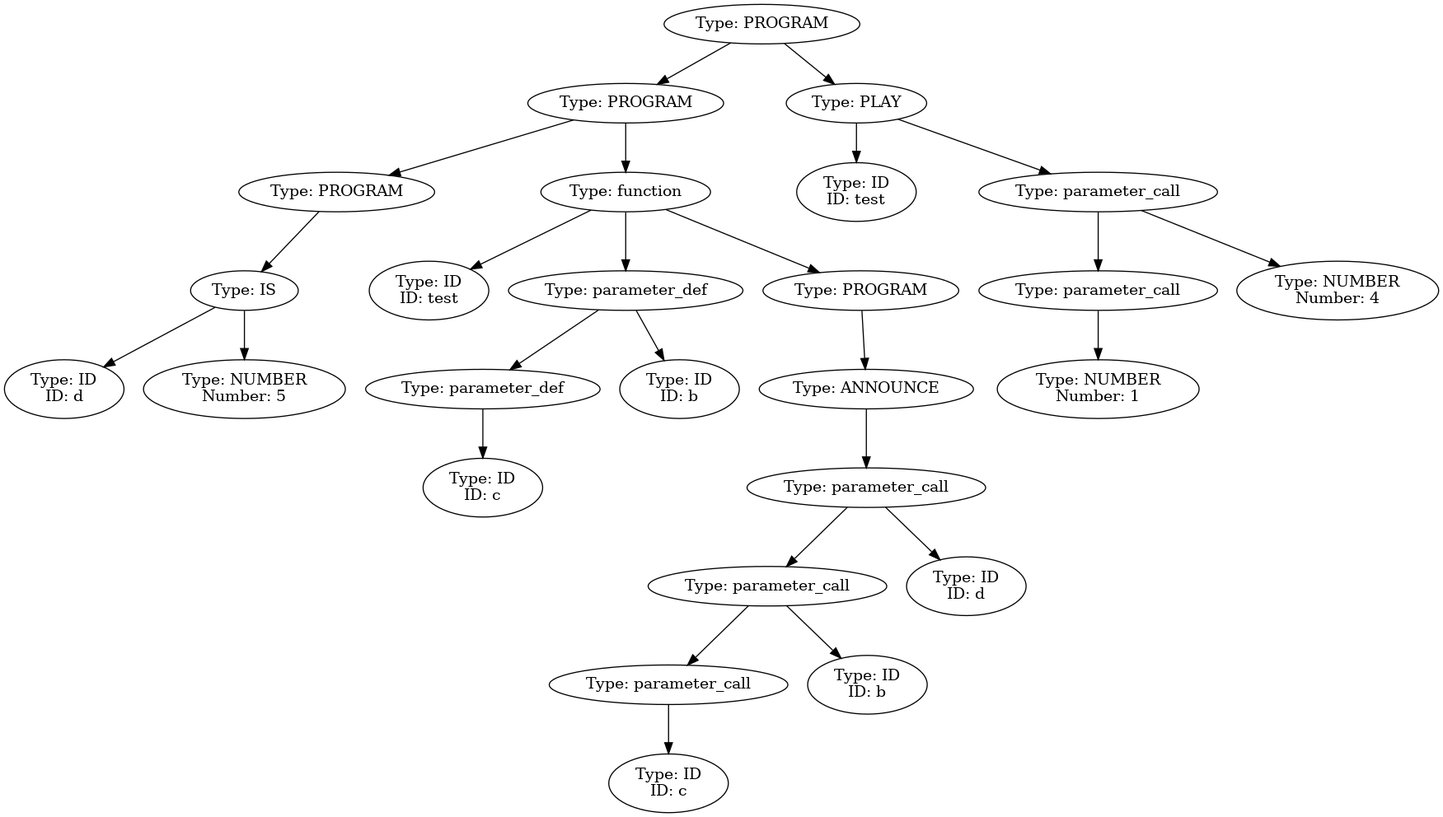
This is ast.png from LCoroniti/SportS, a Graphviz export, as it was before one commit. Its source is kept beside it as ast.gv. The source it was exported from:
```dot
digraph ast {
"0x7fffb8622ff0" [label="Type: PROGRAM"];
"0x7fffb8622ff0" -> "0x7fffb8622f10";
"0x7fffb8622f10" [label="Type: PROGRAM"];
"0x7fffb8622f10" -> "0x7fffb8622770";
"0x7fffb8622770" [label="Type: PROGRAM"];
"0x7fffb8622770" -> "0x7fffb8622670";
"0x7fffb8622670" [label="Type: PROGRAM"];
"0x7fffb8622670" -> "0x7fffb8622610";
"0x7fffb8622610" [label="Type: ID\nID: ALLSTAR"];
"0x7fffb8622770" -> "0x7fffb8622730";
"0x7fffb8622730" [label="Type: IS"];
"0x7fffb8622730" -> "0x7fffb86226b0";
"0x7fffb86226b0" [label="Type: ID\nID: d"];
"0x7fffb8622730" -> "0x7fffb86226f0";
"0x7fffb86226f0" [label="Type: NUMBER\nNumber: 10"];
"0x7fffb8622f10" -> "0x7fffb8622ed0";
"0x7fffb8622ed0" [label="Type: function"];
"0x7fffb8622ed0" -> "0x7fffb86227d0";
"0x7fffb86227d0" [label="Type: ID\nID: test"];
"0x7fffb8622ed0" -> "0x7fffb8622e90";
"0x7fffb8622e90" [label="Type: PROGRAM"];
"0x7fffb8622e90" -> "0x7fffb8622d70";
"0x7fffb8622d70" [label="Type: PROGRAM"];
"0x7fffb8622d70" -> "0x7fffb8622c50";
"0x7fffb8622c50" [label="Type: PROGRAM"];
"0x7fffb8622c50" -> "0x7fffb8622a10";
"0x7fffb8622a10" [label="Type: PROGRAM"];
"0x7fffb8622a10" -> "0x7fffb8622910";
"0x7fffb8622910" [label="Type: PROGRAM"];
"0x7fffb8622910" -> "0x7fffb86228d0";
"0x7fffb86228d0" [label="Type: IS"];
"0x7fffb86228d0" -> "0x7fffb8622830";
"0x7fffb8622830" [label="Type: ID\nID: a"];
"0x7fffb86228d0" -> "0x7fffb8622870";
"0x7fffb8622870" [label="Type: NUMBER\nNumber: 1"];
"0x7fffb8622a10" -> "0x7fffb86229d0";
"0x7fffb86229d0" [label="Type: IS"];
"0x7fffb86229d0" -> "0x7fffb8622950";
"0x7fffb8622950" [label="Type: ID\nID: b"];
"0x7fffb86229d0" -> "0x7fffb8622990";
"0x7fffb8622990" [label="Type: NUMBER\nNumber: 2"];
"0x7fffb8622c50" -> "0x7fffb8622c10";
"0x7fffb8622c10" [label="Type: IS"];
"0x7fffb8622c10" -> "0x7fffb8622ab0";
"0x7fffb8622ab0" [label="Type: ID\nID: c"];
"0x7fffb8622c10" -> "0x7fffb8622bd0";
"0x7fffb8622bd0" [label="Type: SCORES"];
"0x7fffb8622bd0" -> "0x7fffb8622b10";
"0x7fffb8622b10" [label="Type: ID\nID: a"];
"0x7fffb8622bd0" -> "0x7fffb8622b70";
"0x7fffb8622b70" [label="Type: ID\nID: b"];
"0x7fffb8622d70" -> "0x7fffb8622d30";
"0x7fffb8622d30" [label="Type: IS"];
"0x7fffb8622d30" -> "0x7fffb8622c90";
"0x7fffb8622c90" [label="Type: ID\nID: e"];
"0x7fffb8622d30" -> "0x7fffb8622cf0";
"0x7fffb8622cf0" [label="Type: ID\nID: d"];
"0x7fffb8622e90" -> "0x7fffb8622e50";
"0x7fffb8622e50" [label="Type: ANNOUNCE"];
"0x7fffb8622e50" -> "0x7fffb8622e10";
"0x7fffb8622e10" [label="Type: parameter_call"];
"0x7fffb8622e10" -> "0x7fffb8622dd0";
"0x7fffb8622dd0" [label="Type: ID\nID: e"];
"0x7fffb8622ff0" -> "0x7fffb8622fb0";
"0x7fffb8622fb0" [label="Type: PLAY"];
"0x7fffb8622fb0" -> "0x7fffb8622f70";
"0x7fffb8622f70" [label="Type: ID\nID: test"];
}
```
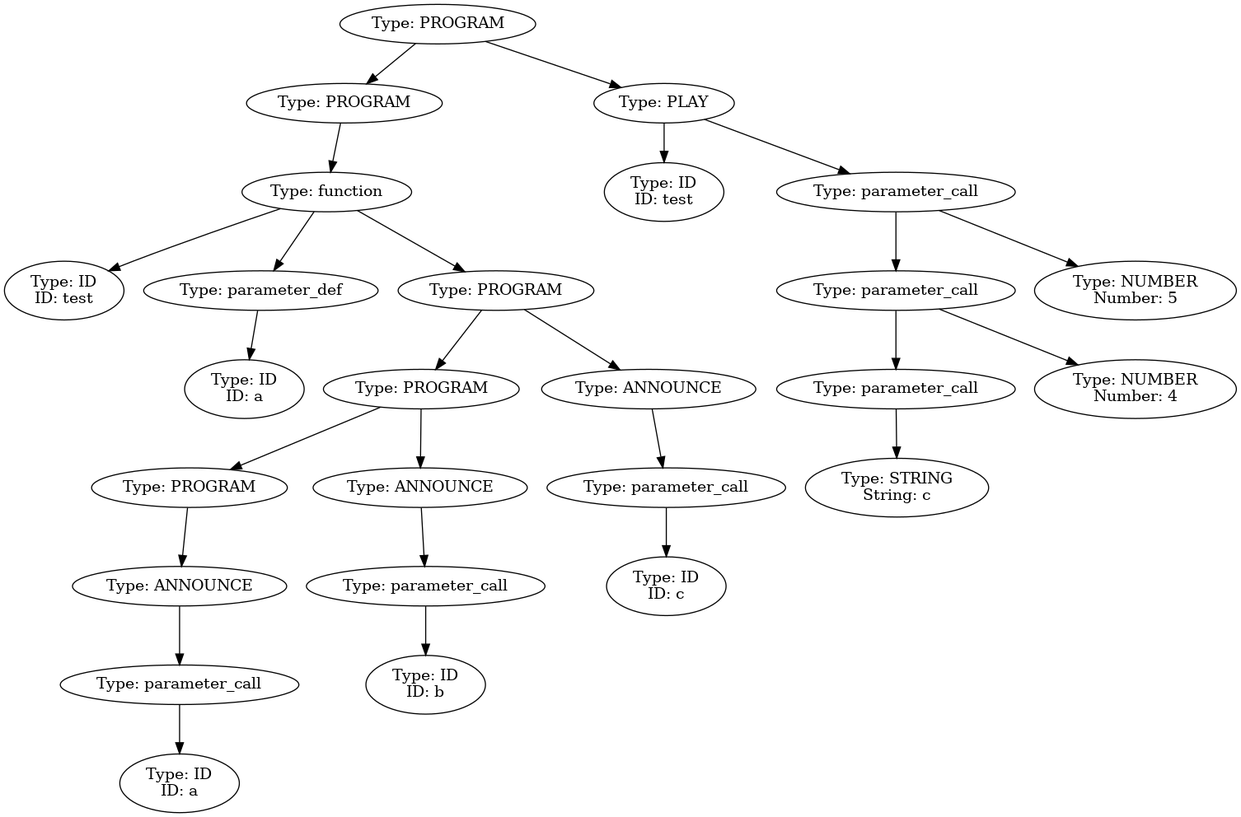
After the change.

Diff of the diagram source:
```diff
@@ -1,69 +1,71 @@
 digraph ast {
-"0x7fffb8622ff0" [label="Type: PROGRAM"];
-"0x7fffb8622ff0" -> "0x7fffb8622f10";
-"0x7fffb8622f10" [label="Type: PROGRAM"];
-"0x7fffb8622f10" -> "0x7fffb8622770";
-"0x7fffb8622770" [label="Type: PROGRAM"];
-"0x7fffb8622770" -> "0x7fffb8622670";
-"0x7fffb8622670" [label="Type: PROGRAM"];
-"0x7fffb8622670" -> "0x7fffb8622610";
-"0x7fffb8622610" [label="Type: ID\nID: ALLSTAR"];
-"0x7fffb8622770" -> "0x7fffb8622730";
-"0x7fffb8622730" [label="Type: IS"];
-"0x7fffb8622730" -> "0x7fffb86226b0";
-"0x7fffb86226b0" [label="Type: ID\nID: d"];
-"0x7fffb8622730" -> "0x7fffb86226f0";
-"0x7fffb86226f0" [label="Type: NUMBER\nNumber: 10"];
-"0x7fffb8622f10" -> "0x7fffb8622ed0";
-"0x7fffb8622ed0" [label="Type: function"];
-"0x7fffb8622ed0" -> "0x7fffb86227d0";
-"0x7fffb86227d0" [label="Type: ID\nID: test"];
-"0x7fffb8622ed0" -> "0x7fffb8622e90";
-"0x7fffb8622e90" [label="Type: PROGRAM"];
-"0x7fffb8622e90" -> "0x7fffb8622d70";
-"0x7fffb8622d70" [label="Type: PROGRAM"];
-"0x7fffb8622d70" -> "0x7fffb8622c50";
-"0x7fffb8622c50" [label="Type: PROGRAM"];
-"0x7fffb8622c50" -> "0x7fffb8622a10";
-"0x7fffb8622a10" [label="Type: PROGRAM"];
-"0x7fffb8622a10" -> "0x7fffb8622910";
-"0x7fffb8622910" [label="Type: PROGRAM"];
-"0x7fffb8622910" -> "0x7fffb86228d0";
-"0x7fffb86228d0" [label="Type: IS"];
-"0x7fffb86228d0" -> "0x7fffb8622830";
-"0x7fffb8622830" [label="Type: ID\nID: a"];
-"0x7fffb86228d0" -> "0x7fffb8622870";
-"0x7fffb8622870" [label="Type: NUMBER\nNumber: 1"];
-"0x7fffb8622a10" -> "0x7fffb86229d0";
-"0x7fffb86229d0" [label="Type: IS"];
-"0x7fffb86229d0" -> "0x7fffb8622950";
-"0x7fffb8622950" [label="Type: ID\nID: b"];
-"0x7fffb86229d0" -> "0x7fffb8622990";
-"0x7fffb8622990" [label="Type: NUMBER\nNumber: 2"];
-"0x7fffb8622c50" -> "0x7fffb8622c10";
-"0x7fffb8622c10" [label="Type: IS"];
-"0x7fffb8622c10" -> "0x7fffb8622ab0";
-"0x7fffb8622ab0" [label="Type: ID\nID: c"];
-"0x7fffb8622c10" -> "0x7fffb8622bd0";
-"0x7fffb8622bd0" [label="Type: SCORES"];
-"0x7fffb8622bd0" -> "0x7fffb8622b10";
-"0x7fffb8622b10" [label="Type: ID\nID: a"];
-"0x7fffb8622bd0" -> "0x7fffb8622b70";
-"0x7fffb8622b70" [label="Type: ID\nID: b"];
-"0x7fffb8622d70" -> "0x7fffb8622d30";
-"0x7fffb8622d30" [label="Type: IS"];
-"0x7fffb8622d30" -> "0x7fffb8622c90";
-"0x7fffb8622c90" [label="Type: ID\nID: e"];
-"0x7fffb8622d30" -> "0x7fffb8622cf0";
-"0x7fffb8622cf0" [label="Type: ID\nID: d"];
-"0x7fffb8622e90" -> "0x7fffb8622e50";
-"0x7fffb8622e50" [label="Type: ANNOUNCE"];
-"0x7fffb8622e50" -> "0x7fffb8622e10";
-"0x7fffb8622e10" [label="Type: parameter_call"];
-"0x7fffb8622e10" -> "0x7fffb8622dd0";
-"0x7fffb8622dd0" [label="Type: ID\nID: e"];
-"0x7fffb8622ff0" -> "0x7fffb8622fb0";
-"0x7fffb8622fb0" [label="Type: PLAY"];
-"0x7fffb8622fb0" -> "0x7fffb8622f70";
-"0x7fffb8622f70" [label="Type: ID\nID: test"];
+"0x7fffc1576fc0" [label="Type: PROGRAM"];
+"0x7fffc1576fc0" -> "0x7fffc1576d60";
+"0x7fffc1576d60" [label="Type: PROGRAM"];
+"0x7fffc1576d60" -> "0x7fffc1576d20";
+"0x7fffc1576d20" [label="Type: function"];
+"0x7fffc1576d20" -> "0x7fffc1576640";
+"0x7fffc1576640" [label="Type: ID\nID: test"];
+"0x7fffc1576d20" -> "0x7fffc1576780";
+"0x7fffc1576780" [label="Type: parameter_def"];
+"0x7fffc1576780" -> "0x7fffc15766e0";
+"0x7fffc15766e0" [label="Type: parameter_def"];
+"0x7fffc15766e0" -> "0x7fffc15766a0";
+"0x7fffc15766a0" [label="Type: ID\nID: b"];
+"0x7fffc1576780" -> "0x7fffc1576740";
+"0x7fffc1576740" [label="Type: ID\nID: d"];
+"0x7fffc1576d20" -> "0x7fffc1576ce0";
+"0x7fffc1576ce0" [label="Type: PROGRAM"];
+"0x7fffc1576ce0" -> "0x7fffc15769e0";
+"0x7fffc15769e0" [label="Type: PROGRAM"];
+"0x7fffc15769e0" -> "0x7fffc15769a0";
+"0x7fffc15769a0" [label="Type: array_is"];
+"0x7fffc15769a0" -> "0x7fffc15767e0";
+"0x7fffc15767e0" [label="Type: ID\nID: t"];
+"0x7fffc15769a0" -> "0x7fffc1576960";
+"0x7fffc1576960" [label="Type: expression_list"];
+"0x7fffc1576960" -> "0x7fffc15768e0";
+"0x7fffc15768e0" [label="Type: expression_list"];
+"0x7fffc15768e0" -> "0x7fffc1576860";
+"0x7fffc1576860" [label="Type: expression_list"];
+"0x7fffc1576860" -> "0x7fffc1576820";
+"0x7fffc1576820" [label="Type: NUMBER\nNumber: 1"];
+"0x7fffc15768e0" -> "0x7fffc15768a0";
+"0x7fffc15768a0" [label="Type: NUMBER\nNumber: 2"];
+"0x7fffc1576960" -> "0x7fffc1576920";
+"0x7fffc1576920" [label="Type: NUMBER\nNumber: 3"];
+"0x7fffc1576ce0" -> "0x7fffc1576ca0";
+"0x7fffc1576ca0" [label="Type: ANNOUNCE"];
+"0x7fffc1576ca0" -> "0x7fffc1576c60";
+"0x7fffc1576c60" [label="Type: parameter_call"];
+"0x7fffc1576c60" -> "0x7fffc1576be0";
+"0x7fffc1576be0" [label="Type: parameter_call"];
+"0x7fffc1576be0" -> "0x7fffc1576b40";
+"0x7fffc1576b40" [label="Type: parameter_call"];
+"0x7fffc1576b40" -> "0x7fffc1576aa0";
+"0x7fffc1576aa0" [label="Type: parameter_call"];
+"0x7fffc1576aa0" -> "0x7fffc1576a40";
+"0x7fffc1576a40" [label="Type: ID\nID: a"];
+"0x7fffc1576b40" -> "0x7fffc1576ae0";
+"0x7fffc1576ae0" [label="Type: ID\nID: b"];
+"0x7fffc1576be0" -> "0x7fffc1576b80";
+"0x7fffc1576b80" [label="Type: ID\nID: c"];
+"0x7fffc1576c60" -> "0x7fffc1576c20";
+"0x7fffc1576c20" [label="Type: ID\nID: d"];
+"0x7fffc1576fc0" -> "0x7fffc1576f80";
+"0x7fffc1576f80" [label="Type: PLAY"];
+"0x7fffc1576f80" -> "0x7fffc1576dc0";
+"0x7fffc1576dc0" [label="Type: ID\nID: test"];
+"0x7fffc1576f80" -> "0x7fffc1576f40";
+"0x7fffc1576f40" [label="Type: parameter_call"];
+"0x7fffc1576f40" -> "0x7fffc1576ec0";
+"0x7fffc1576ec0" [label="Type: parameter_call"];
+"0x7fffc1576ec0" -> "0x7fffc1576e40";
+"0x7fffc1576e40" [label="Type: parameter_call"];
+"0x7fffc1576e40" -> "0x7fffc1576e00";
+"0x7fffc1576e00" [label="Type: NUMBER\nNumber: 4"];
+"0x7fffc1576ec0" -> "0x7fffc1576e80";
+"0x7fffc1576e80" [label="Type: NUMBER\nNumber: 5"];
+"0x7fffc1576f40" -> "0x7fffc1576f00";
+"0x7fffc1576f00" [label="Type: NUMBER\nNumber: 6"];
 }
```
